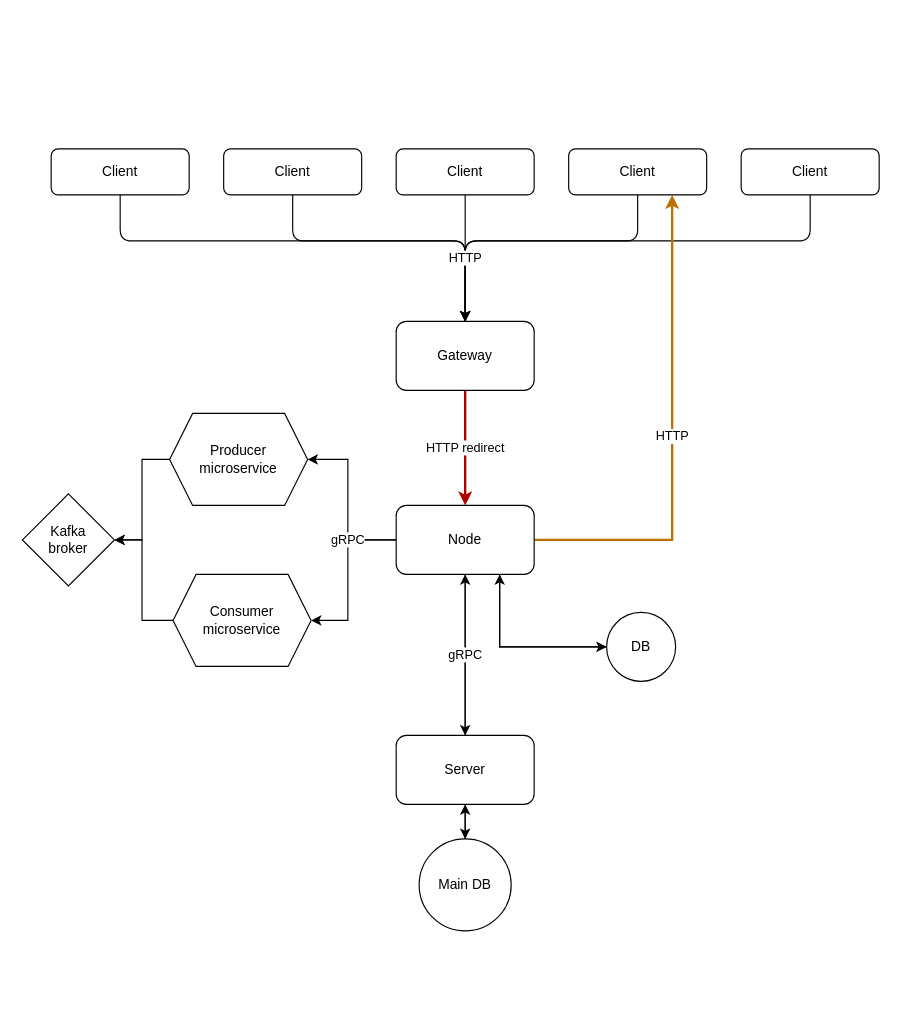
Earlier version of the draw.io diagram page "Page-1" (1 of 2) of system-diagram.drawio (matiaspaavilainen/Distributed-Systems). Source tidied: cells renumbered, new cells numbered last; positions are measured from the earlier drawing's top-left corner, leaving out a move shared by most shapes. Both pictures are drawn from the tidied source at 115%, with x=0, y=0 at pixel (22, 148).
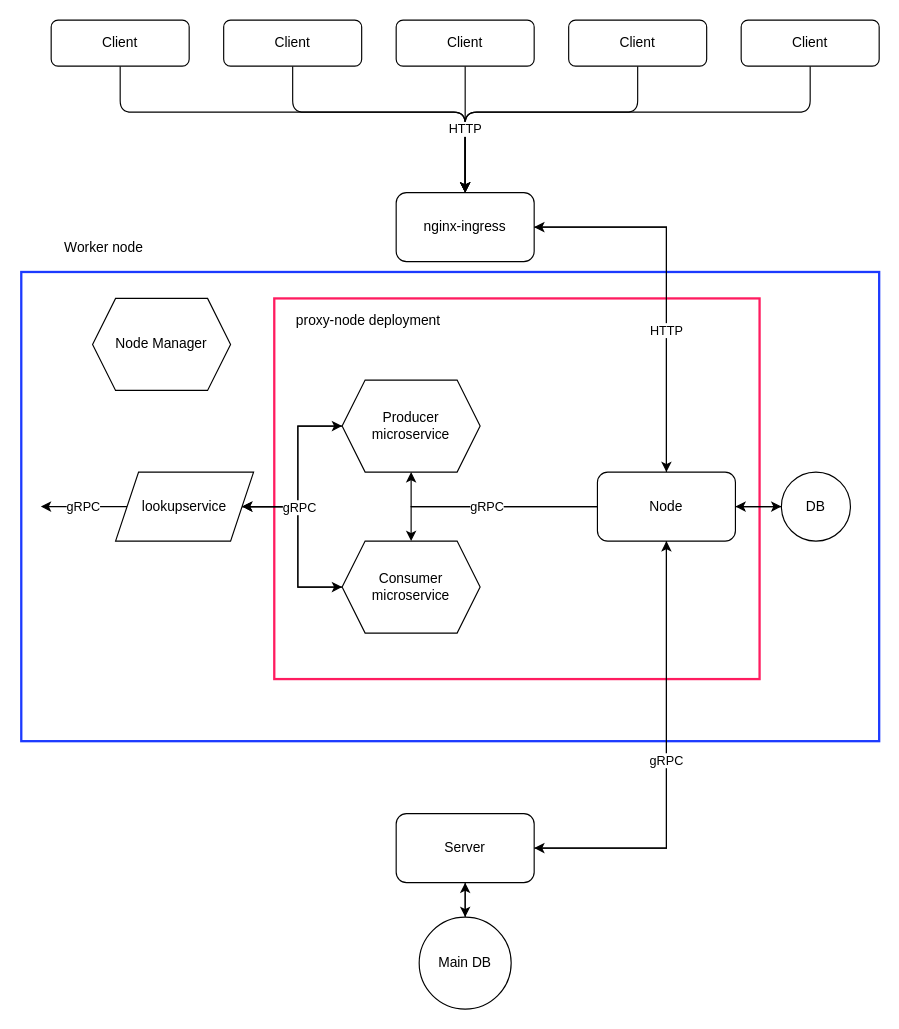
The same diagram, later.

The edit, as a diff of the source:
```diff
@@
+    <mxCell id="32" style="rounded=0;whiteSpace=wrap;html=1;strokeWidth=2;strokeColor=#1C3AFF;" parent="1" vertex="1">
+      <mxGeometry x="-1" y="107" width="746" height="408" as="geometry" />
+    </mxCell>
+    <mxCell id="33" style="rounded=0;whiteSpace=wrap;html=1;strokeWidth=2;strokeColor=#FF1C60;" parent="1" vertex="1">
+      <mxGeometry x="219" y="130" width="422" height="331" as="geometry" />
+    </mxCell>
     <mxCell id="2" style="edgeStyle=orthogonalEdgeStyle;rounded=1;jettySize=auto;html=1;entryX=0.5;entryY=0;entryDx=0;entryDy=0;curved=0;" parent="1" edge="1" source="3" target="13">
       <mxGeometry relative="1" as="geometry">
         <Array as="points">
-          <mxPoint x="235" y="80" />
-          <mxPoint x="385" y="80" />
+          <mxPoint x="235" y="-32" />
+          <mxPoint x="385" y="-32" />
         </Array>
       </mxGeometry>
     </mxCell>
     <mxCell id="3" value="&lt;div&gt;Client&lt;/div&gt;" style="rounded=1;whiteSpace=wrap;html=1;" parent="1" vertex="1">
-      <mxGeometry x="175" width="120" height="40" as="geometry" />
+      <mxGeometry x="175" y="-112" width="120" height="40" as="geometry" />
     </mxCell>
     <mxCell id="4" style="edgeStyle=orthogonalEdgeStyle;rounded=1;jettySize=auto;html=1;entryX=0.5;entryY=0;entryDx=0;entryDy=0;strokeColor=default;curved=0;" parent="1" edge="1" source="5" target="13">
       <mxGeometry relative="1" as="geometry">
         <Array as="points">
-          <mxPoint x="85" y="80" />
-          <mxPoint x="385" y="80" />
+          <mxPoint x="85" y="-32" />
+          <mxPoint x="385" y="-32" />
         </Array>
       </mxGeometry>
     </mxCell>
     <mxCell id="5" value="&lt;div&gt;Client&lt;/div&gt;" style="rounded=1;whiteSpace=wrap;html=1;" parent="1" vertex="1">
-      <mxGeometry x="25" width="120" height="40" as="geometry" />
+      <mxGeometry x="25" y="-112" width="120" height="40" as="geometry" />
     </mxCell>
     <mxCell id="6" style="edgeStyle=orthogonalEdgeStyle;rounded=1;jettySize=auto;html=1;entryX=0.5;entryY=0;entryDx=0;entryDy=0;curved=0;" parent="1" edge="1" source="7" target="13">
       <mxGeometry relative="1" as="geometry">
         <Array as="points">
-          <mxPoint x="685" y="80" />
-          <mxPoint x="385" y="80" />
+          <mxPoint x="685" y="-32" />
+          <mxPoint x="385" y="-32" />
         </Array>
       </mxGeometry>
     </mxCell>
     <mxCell id="7" value="&lt;div&gt;Client&lt;/div&gt;" style="rounded=1;whiteSpace=wrap;html=1;" parent="1" vertex="1">
-      <mxGeometry x="625" width="120" height="40" as="geometry" />
+      <mxGeometry x="625" y="-112" width="120" height="40" as="geometry" />
     </mxCell>
     <mxCell id="8" style="edgeStyle=orthogonalEdgeStyle;rounded=1;jettySize=auto;html=1;entryX=0.5;entryY=0;entryDx=0;entryDy=0;curved=0;" parent="1" edge="1" source="9" target="13">
       <mxGeometry relative="1" as="geometry">
         <Array as="points">
-          <mxPoint x="535" y="80" />
-          <mxPoint x="385" y="80" />
+          <mxPoint x="535" y="-32" />
+          <mxPoint x="385" y="-32" />
         </Array>
       </mxGeometry>
     </mxCell>
     <mxCell id="9" value="&lt;div&gt;Client&lt;/div&gt;" style="rounded=1;whiteSpace=wrap;html=1;" parent="1" vertex="1">
-      <mxGeometry x="475" width="120" height="40" as="geometry" />
+      <mxGeometry x="475" y="-112" width="120" height="40" as="geometry" />
     </mxCell>
@@
     <mxCell id="11" value="&lt;div&gt;Client&lt;/div&gt;" style="rounded=1;whiteSpace=wrap;html=1;" parent="1" vertex="1">
-      <mxGeometry x="325" width="120" height="40" as="geometry" />
+      <mxGeometry x="325" y="-112" width="120" height="40" as="geometry" />
     </mxCell>
-    <mxCell id="12" value="HTTP redirect" style="edgeStyle=orthogonalEdgeStyle;rounded=0;jettySize=auto;html=1;fillColor=#e51400;strokeColor=#B20000;strokeWidth=2;" parent="1" edge="1" source="13" target="19">
+    <mxCell id="12" style="edgeStyle=orthogonalEdgeStyle;rounded=0;jettySize=auto;html=1;entryX=0.5;entryY=0;entryDx=0;entryDy=0;" parent="1" edge="1" source="13" target="19">
       <mxGeometry relative="1" as="geometry" />
     </mxCell>
-    <mxCell id="13" value="&lt;div&gt;Gateway&lt;/div&gt;" style="rounded=1;whiteSpace=wrap;html=1;" parent="1" vertex="1">
-      <mxGeometry x="325" y="150" width="120" height="60" as="geometry" />
+    <mxCell id="13" value="&lt;div&gt;nginx-ingress&lt;br&gt;&lt;/div&gt;" style="rounded=1;whiteSpace=wrap;html=1;" parent="1" vertex="1">
+      <mxGeometry x="325" y="38" width="120" height="60" as="geometry" />
     </mxCell>
     <mxCell id="14" style="edgeStyle=orthogonalEdgeStyle;rounded=0;jettySize=auto;html=1;" parent="1" edge="1" source="19" target="24">
-      <mxGeometry relative="1" as="geometry" />
+      <mxGeometry relative="1" as="geometry">
+        <Array as="points">
+          <mxPoint x="560" y="608" />
+        </Array>
+      </mxGeometry>
     </mxCell>
+    <mxCell id="17" style="edgeStyle=orthogonalEdgeStyle;rounded=0;jettySize=auto;html=1;entryX=0.5;entryY=1;entryDx=0;entryDy=0;" parent="1" edge="1" source="19" target="29">
+      <mxGeometry relative="1" as="geometry" />
+    </mxCell>
+    <mxCell id="34" value="gRPC" style="edgeStyle=orthogonalEdgeStyle;rounded=0;jettySize=auto;html=1;entryX=0.5;entryY=0;entryDx=0;entryDy=0;" parent="1" edge="1" source="19" target="31">
+      <mxGeometry relative="1" as="geometry" />
+    </mxCell>
+    <mxCell id="16" style="edgeStyle=orthogonalEdgeStyle;rounded=0;jettySize=auto;html=1;" parent="1" edge="1" source="19" target="21">
+      <mxGeometry relative="1" as="geometry" />
+    </mxCell>
-    <mxCell id="15" value="HTTP" style="edgeStyle=orthogonalEdgeStyle;rounded=0;jettySize=auto;html=1;entryX=0.75;entryY=1;entryDx=0;entryDy=0;fillColor=#f0a30a;strokeColor=#BD7000;strokeWidth=2;" parent="1" edge="1" source="19" target="9">
-      <mxGeometry relative="1" as="geometry" />
+    <mxCell id="15" value="HTTP" style="edgeStyle=orthogonalEdgeStyle;rounded=0;jettySize=auto;html=1;entryX=1;entryY=0.5;entryDx=0;entryDy=0;" parent="1" edge="1" source="19" target="13">
+      <mxGeometry x="-0.25" relative="1" as="geometry">
+        <Array as="points">
+          <mxPoint x="560" y="68" />
+        </Array>
+      </mxGeometry>
     </mxCell>
-    <mxCell id="16" style="edgeStyle=orthogonalEdgeStyle;rounded=0;jettySize=auto;html=1;entryX=0;entryY=0.5;entryDx=0;entryDy=0;" parent="1" edge="1" source="19" target="21">
-      <mxGeometry relative="1" as="geometry">
-        <Array as="points">
-          <mxPoint x="415" y="433" />
-        </Array>
-      </mxGeometry>
-    </mxCell>
-    <mxCell id="17" style="edgeStyle=orthogonalEdgeStyle;rounded=0;jettySize=auto;html=1;" parent="1" edge="1" source="19" target="29">
-      <mxGeometry relative="1" as="geometry">
-        <Array as="points">
-          <mxPoint x="283" y="340" />
-          <mxPoint x="283" y="270" />
-        </Array>
-      </mxGeometry>
-    </mxCell>
-    <mxCell id="18" value="gRPC" style="edgeStyle=orthogonalEdgeStyle;rounded=0;jettySize=auto;html=1;" parent="1" edge="1" source="19" target="31">
-      <mxGeometry x="-0.42" relative="1" as="geometry">
-        <Array as="points">
-          <mxPoint x="283" y="340" />
-          <mxPoint x="283" y="410" />
-        </Array>
-      </mxGeometry>
-    </mxCell>
     <mxCell id="19" value="Node" style="rounded=1;whiteSpace=wrap;html=1;" parent="1" vertex="1">
-      <mxGeometry x="325" y="310" width="120" height="60" as="geometry" />
+      <mxGeometry x="500" y="281" width="120" height="60" as="geometry" />
     </mxCell>
-    <mxCell id="20" style="edgeStyle=orthogonalEdgeStyle;rounded=0;jettySize=auto;html=1;entryX=0.75;entryY=1;entryDx=0;entryDy=0;" parent="1" edge="1" source="21" target="19">
+    <mxCell id="20" style="edgeStyle=orthogonalEdgeStyle;rounded=0;jettySize=auto;html=1;" parent="1" edge="1" source="21" target="19">
       <mxGeometry relative="1" as="geometry" />
     </mxCell>
     <mxCell id="21" value="DB" style="ellipse;whiteSpace=wrap;html=1;" parent="1" vertex="1">
-      <mxGeometry x="508" y="403" width="60" height="60" as="geometry" />
+      <mxGeometry x="660" y="281" width="60" height="60" as="geometry" />
     </mxCell>
@@
     <mxCell id="24" value="Server" style="rounded=1;whiteSpace=wrap;html=1;" parent="1" vertex="1">
-      <mxGeometry x="325" y="510" width="120" height="60" as="geometry" />
+      <mxGeometry x="325" y="578" width="120" height="60" as="geometry" />
     </mxCell>
@@
     <mxCell id="26" value="Main DB" style="ellipse;whiteSpace=wrap;html=1;" parent="1" vertex="1">
-      <mxGeometry x="345" y="600" width="80" height="80" as="geometry" />
+      <mxGeometry x="345" y="668" width="80" height="80" as="geometry" />
     </mxCell>
-    <mxCell id="27" value="Kafka&lt;div&gt;broker&lt;/div&gt;" style="rhombus;whiteSpace=wrap;html=1;" parent="1" vertex="1">
-      <mxGeometry y="300" width="80" height="80" as="geometry" />
-    </mxCell>
-    <mxCell id="28" style="edgeStyle=orthogonalEdgeStyle;rounded=0;jettySize=auto;html=1;entryX=1;entryY=0.5;entryDx=0;entryDy=0;" parent="1" edge="1" source="29" target="27">
-      <mxGeometry relative="1" as="geometry" />
-    </mxCell>
+    <mxCell id="35" style="edgeStyle=orthogonalEdgeStyle;rounded=0;jettySize=auto;html=1;" parent="1" edge="1" source="29" target="39">
+      <mxGeometry relative="1" as="geometry" />
+    </mxCell>
     <mxCell id="29" value="Producer&lt;div&gt;microservice&lt;/div&gt;" style="shape=hexagon;perimeter=hexagonPerimeter2;whiteSpace=wrap;html=1;fixedSize=1;" parent="1" vertex="1">
-      <mxGeometry x="128" y="230" width="120" height="80" as="geometry" />
+      <mxGeometry x="278" y="201" width="120" height="80" as="geometry" />
     </mxCell>
-    <mxCell id="30" style="edgeStyle=orthogonalEdgeStyle;rounded=0;jettySize=auto;html=1;entryX=1;entryY=0.5;entryDx=0;entryDy=0;" parent="1" edge="1" source="31" target="27">
-      <mxGeometry relative="1" as="geometry">
-        <Array as="points">
-          <mxPoint x="104" y="410" />
-          <mxPoint x="104" y="340" />
-        </Array>
-      </mxGeometry>
-    </mxCell>
+    <mxCell id="36" style="edgeStyle=orthogonalEdgeStyle;rounded=0;jettySize=auto;html=1;entryX=1;entryY=0.5;entryDx=0;entryDy=0;" parent="1" edge="1" source="31" target="39">
+      <mxGeometry relative="1" as="geometry" />
+    </mxCell>
     <mxCell id="31" value="Consumer&lt;div&gt;microservice&lt;/div&gt;" style="shape=hexagon;perimeter=hexagonPerimeter2;whiteSpace=wrap;html=1;fixedSize=1;" parent="1" vertex="1">
-      <mxGeometry x="131" y="370" width="120" height="80" as="geometry" />
+      <mxGeometry x="278" y="341" width="120" height="80" as="geometry" />
     </mxCell>
+    <mxCell id="18" value="gRPC" style="edgeStyle=orthogonalEdgeStyle;rounded=0;jettySize=auto;html=1;" parent="1" edge="1" source="39">
+      <mxGeometry relative="1" as="geometry">
+        <mxPoint x="16" y="311" as="targetPoint" />
+      </mxGeometry>
+    </mxCell>
+    <mxCell id="37" style="edgeStyle=orthogonalEdgeStyle;rounded=0;jettySize=auto;html=1;entryX=0;entryY=0.5;entryDx=0;entryDy=0;" parent="1" edge="1" source="39" target="29">
+      <mxGeometry relative="1" as="geometry" />
+    </mxCell>
+    <mxCell id="38" value="gRPC" style="edgeStyle=orthogonalEdgeStyle;rounded=0;jettySize=auto;html=1;entryX=0;entryY=0.5;entryDx=0;entryDy=0;" parent="1" edge="1" source="39" target="31">
+      <mxGeometry x="-0.38" relative="1" as="geometry">
+        <mxPoint x="1" as="offset" />
+      </mxGeometry>
+    </mxCell>
+    <mxCell id="39" value="&lt;div&gt;lookupservice&lt;/div&gt;" style="shape=parallelogram;perimeter=parallelogramPerimeter;whiteSpace=wrap;html=1;fixedSize=1;" parent="1" vertex="1">
+      <mxGeometry x="81" y="281" width="120" height="60" as="geometry" />
+    </mxCell>
+    <mxCell id="40" value="Node Manager" style="shape=hexagon;perimeter=hexagonPerimeter2;whiteSpace=wrap;html=1;fixedSize=1;" parent="1" vertex="1">
+      <mxGeometry x="61" y="130" width="120" height="80" as="geometry" />
+    </mxCell>
+    <mxCell id="41" value="Worker node" style="text;html=1;align=center;verticalAlign=middle;whiteSpace=wrap;rounded=0;" parent="1" vertex="1">
+      <mxGeometry x="18" y="71" width="106" height="30" as="geometry" />
+    </mxCell>
+    <mxCell id="42" value="proxy-node deployment" style="text;html=1;align=center;verticalAlign=middle;whiteSpace=wrap;rounded=0;" parent="1" vertex="1">
+      <mxGeometry x="224" y="135" width="154" height="30" as="geometry" />
+    </mxCell>
```
